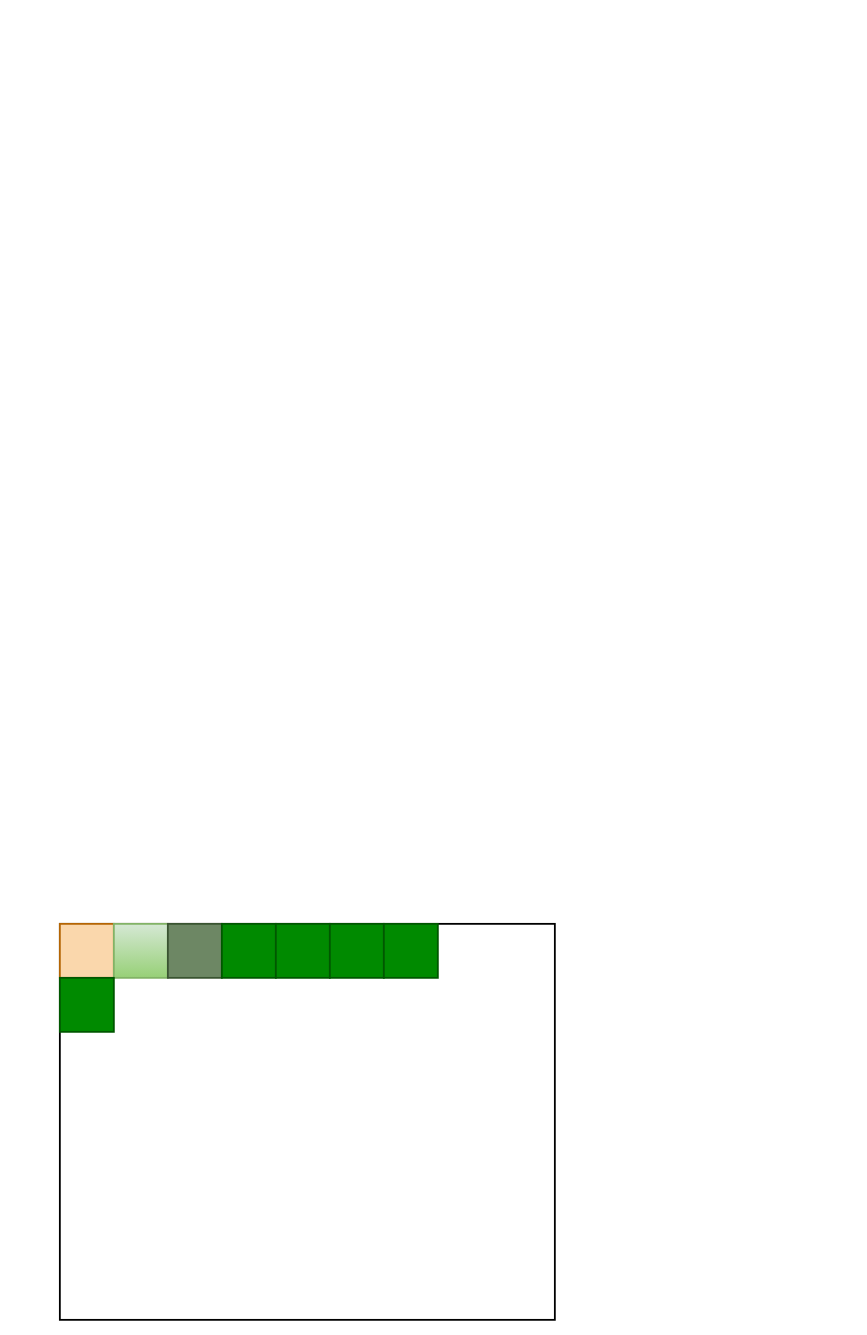
starzy1990/diagrams keeps this draw.io diagram as page "垃圾回收" (6 of 7) of JVM.drawio. Above is the earlier version. Source tidied: cells renumbered, new cells numbered last; positions are measured from the earlier drawing's top-left corner, leaving out a move shared by most shapes. Both pictures are drawn from the tidied source at 90%, with x=0, y=0 at pixel (59, 923).
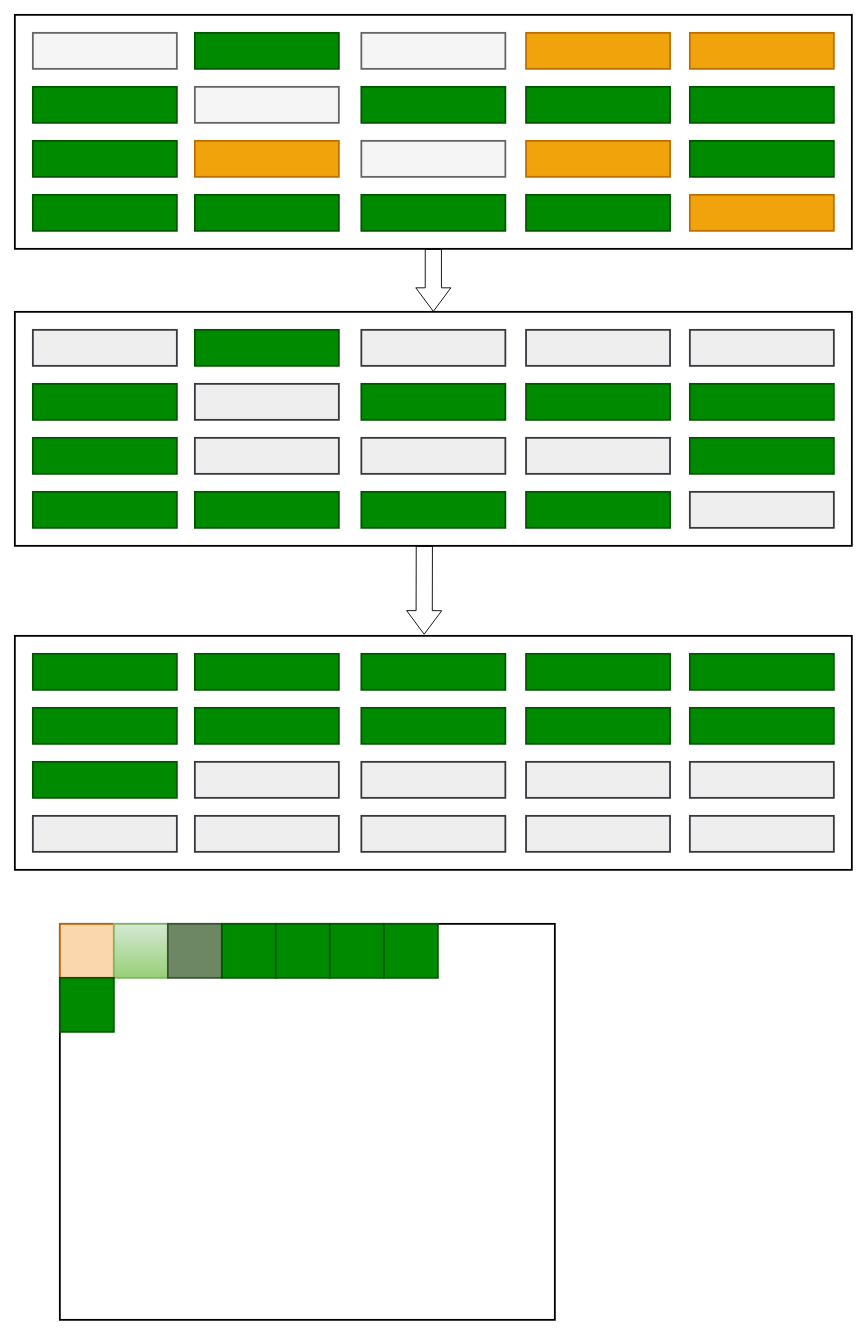
After the change.

Diff of the diagram source:
```diff
@@
+    <mxCell id="11" style="rounded=0;whiteSpace=wrap;html=1;fontSize=16;strokeWidth=2;" parent="1" vertex="1">
+      <mxGeometry x="-50" y="-1010" width="930" height="260" as="geometry" />
+    </mxCell>
@@
+    <mxCell id="12" style="rounded=0;whiteSpace=wrap;html=1;fontSize=16;strokeWidth=2;fillColor=#f5f5f5;fontColor=#333333;strokeColor=#666666;" parent="1" vertex="1">
+      <mxGeometry x="-30" y="-990" width="160" height="40" as="geometry" />
+    </mxCell>
+    <mxCell id="13" style="rounded=0;whiteSpace=wrap;html=1;fontSize=16;strokeWidth=2;fillColor=#008a00;fontColor=#ffffff;strokeColor=#005700;" parent="1" vertex="1">
+      <mxGeometry x="150" y="-990" width="160" height="40" as="geometry" />
+    </mxCell>
+    <mxCell id="14" style="rounded=0;whiteSpace=wrap;html=1;fontSize=16;strokeWidth=2;fillColor=#f5f5f5;fontColor=#333333;strokeColor=#666666;" parent="1" vertex="1">
+      <mxGeometry x="335" y="-990" width="160" height="40" as="geometry" />
+    </mxCell>
+    <mxCell id="15" style="rounded=0;whiteSpace=wrap;html=1;fontSize=16;strokeWidth=2;fillColor=#f0a30a;fontColor=#000000;strokeColor=#BD7000;" parent="1" vertex="1">
+      <mxGeometry x="518" y="-990" width="160" height="40" as="geometry" />
+    </mxCell>
+    <mxCell id="16" style="rounded=0;whiteSpace=wrap;html=1;fontSize=16;strokeWidth=2;fillColor=#f0a30a;fontColor=#000000;strokeColor=#BD7000;" parent="1" vertex="1">
+      <mxGeometry x="700" y="-990" width="160" height="40" as="geometry" />
+    </mxCell>
+    <mxCell id="17" style="rounded=0;whiteSpace=wrap;html=1;fontSize=16;strokeWidth=2;fillColor=#008a00;fontColor=#ffffff;strokeColor=#005700;" parent="1" vertex="1">
+      <mxGeometry x="-30" y="-930" width="160" height="40" as="geometry" />
+    </mxCell>
+    <mxCell id="18" style="rounded=0;whiteSpace=wrap;html=1;fontSize=16;strokeWidth=2;fillColor=#f5f5f5;fontColor=#333333;strokeColor=#666666;" parent="1" vertex="1">
+      <mxGeometry x="150" y="-930" width="160" height="40" as="geometry" />
+    </mxCell>
+    <mxCell id="19" style="rounded=0;whiteSpace=wrap;html=1;fontSize=16;strokeWidth=2;fillColor=#008a00;fontColor=#ffffff;strokeColor=#005700;" parent="1" vertex="1">
+      <mxGeometry x="335" y="-930" width="160" height="40" as="geometry" />
+    </mxCell>
+    <mxCell id="20" style="rounded=0;whiteSpace=wrap;html=1;fontSize=16;strokeWidth=2;fillColor=#008a00;fontColor=#ffffff;strokeColor=#005700;" parent="1" vertex="1">
+      <mxGeometry x="518" y="-930" width="160" height="40" as="geometry" />
+    </mxCell>
+    <mxCell id="21" style="rounded=0;whiteSpace=wrap;html=1;fontSize=16;strokeWidth=2;fillColor=#008a00;fontColor=#ffffff;strokeColor=#005700;" parent="1" vertex="1">
+      <mxGeometry x="700" y="-930" width="160" height="40" as="geometry" />
+    </mxCell>
+    <mxCell id="22" style="rounded=0;whiteSpace=wrap;html=1;fontSize=16;strokeWidth=2;fillColor=#008a00;fontColor=#ffffff;strokeColor=#005700;" parent="1" vertex="1">
+      <mxGeometry x="-30" y="-870" width="160" height="40" as="geometry" />
+    </mxCell>
+    <mxCell id="23" style="rounded=0;whiteSpace=wrap;html=1;fontSize=16;strokeWidth=2;fillColor=#f0a30a;fontColor=#000000;strokeColor=#BD7000;" parent="1" vertex="1">
+      <mxGeometry x="150" y="-870" width="160" height="40" as="geometry" />
+    </mxCell>
+    <mxCell id="24" style="rounded=0;whiteSpace=wrap;html=1;fontSize=16;strokeWidth=2;fillColor=#f5f5f5;fontColor=#333333;strokeColor=#666666;" parent="1" vertex="1">
+      <mxGeometry x="335" y="-870" width="160" height="40" as="geometry" />
+    </mxCell>
+    <mxCell id="25" style="rounded=0;whiteSpace=wrap;html=1;fontSize=16;strokeWidth=2;fillColor=#f0a30a;fontColor=#000000;strokeColor=#BD7000;" parent="1" vertex="1">
+      <mxGeometry x="518" y="-870" width="160" height="40" as="geometry" />
+    </mxCell>
+    <mxCell id="26" style="rounded=0;whiteSpace=wrap;html=1;fontSize=16;strokeWidth=2;fillColor=#008a00;fontColor=#ffffff;strokeColor=#005700;" parent="1" vertex="1">
+      <mxGeometry x="700" y="-870" width="160" height="40" as="geometry" />
+    </mxCell>
+    <mxCell id="27" style="rounded=0;whiteSpace=wrap;html=1;fontSize=16;strokeWidth=2;fillColor=#008a00;fontColor=#ffffff;strokeColor=#005700;" parent="1" vertex="1">
+      <mxGeometry x="-30" y="-810" width="160" height="40" as="geometry" />
+    </mxCell>
+    <mxCell id="28" style="rounded=0;whiteSpace=wrap;html=1;fontSize=16;strokeWidth=2;fillColor=#008a00;fontColor=#ffffff;strokeColor=#005700;" parent="1" vertex="1">
+      <mxGeometry x="150" y="-810" width="160" height="40" as="geometry" />
+    </mxCell>
+    <mxCell id="29" style="rounded=0;whiteSpace=wrap;html=1;fontSize=16;strokeWidth=2;fillColor=#008a00;fontColor=#ffffff;strokeColor=#005700;" parent="1" vertex="1">
+      <mxGeometry x="335" y="-810" width="160" height="40" as="geometry" />
+    </mxCell>
+    <mxCell id="30" style="rounded=0;whiteSpace=wrap;html=1;fontSize=16;strokeWidth=2;fillColor=#008a00;fontColor=#ffffff;strokeColor=#005700;" parent="1" vertex="1">
+      <mxGeometry x="518" y="-810" width="160" height="40" as="geometry" />
+    </mxCell>
+    <mxCell id="31" style="rounded=0;whiteSpace=wrap;html=1;fontSize=16;strokeWidth=2;fillColor=#f0a30a;fontColor=#000000;strokeColor=#BD7000;" parent="1" vertex="1">
+      <mxGeometry x="700" y="-810" width="160" height="40" as="geometry" />
+    </mxCell>
+    <mxCell id="32" style="rounded=0;whiteSpace=wrap;html=1;fontSize=16;strokeWidth=2;" parent="1" vertex="1">
+      <mxGeometry x="-50" y="-680" width="930" height="260" as="geometry" />
+    </mxCell>
+    <mxCell id="33" style="rounded=0;whiteSpace=wrap;html=1;fontSize=16;strokeWidth=2;fillColor=#eeeeee;strokeColor=#36393d;" parent="1" vertex="1">
+      <mxGeometry x="-30" y="-660" width="160" height="40" as="geometry" />
+    </mxCell>
+    <mxCell id="34" style="rounded=0;whiteSpace=wrap;html=1;fontSize=16;strokeWidth=2;fillColor=#008a00;fontColor=#ffffff;strokeColor=#005700;" parent="1" vertex="1">
+      <mxGeometry x="150" y="-660" width="160" height="40" as="geometry" />
+    </mxCell>
+    <mxCell id="35" style="rounded=0;whiteSpace=wrap;html=1;fontSize=16;strokeWidth=2;fillColor=#eeeeee;strokeColor=#36393d;" parent="1" vertex="1">
+      <mxGeometry x="335" y="-660" width="160" height="40" as="geometry" />
+    </mxCell>
+    <mxCell id="36" style="rounded=0;whiteSpace=wrap;html=1;fontSize=16;strokeWidth=2;fillColor=#eeeeee;strokeColor=#36393d;" parent="1" vertex="1">
+      <mxGeometry x="518" y="-660" width="160" height="40" as="geometry" />
+    </mxCell>
+    <mxCell id="37" style="rounded=0;whiteSpace=wrap;html=1;fontSize=16;strokeWidth=2;fillColor=#eeeeee;strokeColor=#36393d;" parent="1" vertex="1">
+      <mxGeometry x="700" y="-660" width="160" height="40" as="geometry" />
+    </mxCell>
+    <mxCell id="38" style="rounded=0;whiteSpace=wrap;html=1;fontSize=16;strokeWidth=2;fillColor=#008a00;fontColor=#ffffff;strokeColor=#005700;" parent="1" vertex="1">
+      <mxGeometry x="-30" y="-600" width="160" height="40" as="geometry" />
+    </mxCell>
+    <mxCell id="39" style="rounded=0;whiteSpace=wrap;html=1;fontSize=16;strokeWidth=2;fillColor=#eeeeee;strokeColor=#36393d;" parent="1" vertex="1">
+      <mxGeometry x="150" y="-600" width="160" height="40" as="geometry" />
+    </mxCell>
+    <mxCell id="40" style="rounded=0;whiteSpace=wrap;html=1;fontSize=16;strokeWidth=2;fillColor=#008a00;fontColor=#ffffff;strokeColor=#005700;" parent="1" vertex="1">
+      <mxGeometry x="335" y="-600" width="160" height="40" as="geometry" />
+    </mxCell>
+    <mxCell id="41" style="rounded=0;whiteSpace=wrap;html=1;fontSize=16;strokeWidth=2;fillColor=#008a00;fontColor=#ffffff;strokeColor=#005700;" parent="1" vertex="1">
+      <mxGeometry x="518" y="-600" width="160" height="40" as="geometry" />
+    </mxCell>
+    <mxCell id="42" style="rounded=0;whiteSpace=wrap;html=1;fontSize=16;strokeWidth=2;fillColor=#008a00;fontColor=#ffffff;strokeColor=#005700;" parent="1" vertex="1">
+      <mxGeometry x="700" y="-600" width="160" height="40" as="geometry" />
+    </mxCell>
+    <mxCell id="43" style="rounded=0;whiteSpace=wrap;html=1;fontSize=16;strokeWidth=2;fillColor=#008a00;fontColor=#ffffff;strokeColor=#005700;" parent="1" vertex="1">
+      <mxGeometry x="-30" y="-540" width="160" height="40" as="geometry" />
+    </mxCell>
+    <mxCell id="44" style="rounded=0;whiteSpace=wrap;html=1;fontSize=16;strokeWidth=2;fillColor=#eeeeee;strokeColor=#36393d;" parent="1" vertex="1">
+      <mxGeometry x="150" y="-540" width="160" height="40" as="geometry" />
+    </mxCell>
+    <mxCell id="45" style="rounded=0;whiteSpace=wrap;html=1;fontSize=16;strokeWidth=2;fillColor=#eeeeee;strokeColor=#36393d;" parent="1" vertex="1">
+      <mxGeometry x="335" y="-540" width="160" height="40" as="geometry" />
+    </mxCell>
+    <mxCell id="46" style="rounded=0;whiteSpace=wrap;html=1;fontSize=16;strokeWidth=2;fillColor=#eeeeee;strokeColor=#36393d;" parent="1" vertex="1">
+      <mxGeometry x="518" y="-540" width="160" height="40" as="geometry" />
+    </mxCell>
+    <mxCell id="47" style="rounded=0;whiteSpace=wrap;html=1;fontSize=16;strokeWidth=2;fillColor=#008a00;fontColor=#ffffff;strokeColor=#005700;" parent="1" vertex="1">
+      <mxGeometry x="700" y="-540" width="160" height="40" as="geometry" />
+    </mxCell>
+    <mxCell id="48" style="rounded=0;whiteSpace=wrap;html=1;fontSize=16;strokeWidth=2;fillColor=#008a00;fontColor=#ffffff;strokeColor=#005700;" parent="1" vertex="1">
+      <mxGeometry x="-30" y="-480" width="160" height="40" as="geometry" />
+    </mxCell>
+    <mxCell id="49" style="rounded=0;whiteSpace=wrap;html=1;fontSize=16;strokeWidth=2;fillColor=#008a00;fontColor=#ffffff;strokeColor=#005700;" parent="1" vertex="1">
+      <mxGeometry x="150" y="-480" width="160" height="40" as="geometry" />
+    </mxCell>
+    <mxCell id="50" style="rounded=0;whiteSpace=wrap;html=1;fontSize=16;strokeWidth=2;fillColor=#008a00;fontColor=#ffffff;strokeColor=#005700;" parent="1" vertex="1">
+      <mxGeometry x="335" y="-480" width="160" height="40" as="geometry" />
+    </mxCell>
+    <mxCell id="51" style="rounded=0;whiteSpace=wrap;html=1;fontSize=16;strokeWidth=2;fillColor=#008a00;fontColor=#ffffff;strokeColor=#005700;" parent="1" vertex="1">
+      <mxGeometry x="518" y="-480" width="160" height="40" as="geometry" />
+    </mxCell>
+    <mxCell id="52" style="rounded=0;whiteSpace=wrap;html=1;fontSize=16;strokeWidth=2;fillColor=#eeeeee;strokeColor=#36393d;" parent="1" vertex="1">
+      <mxGeometry x="700" y="-480" width="160" height="40" as="geometry" />
+    </mxCell>
+    <mxCell id="53" style="shape=flexArrow;endArrow=classic;html=1;rounded=0;fontSize=16;exitX=0.5;exitY=1;exitDx=0;exitDy=0;entryX=0.5;entryY=0;entryDx=0;entryDy=0;width=18;endSize=8.4;" parent="1" edge="1" source="11" target="32">
+      <mxGeometry relative="1" as="geometry" />
+    </mxCell>
+    <mxCell id="54" style="rounded=0;whiteSpace=wrap;html=1;fontSize=16;strokeWidth=2;" parent="1" vertex="1">
+      <mxGeometry x="-50" y="-320" width="930" height="260" as="geometry" />
+    </mxCell>
+    <mxCell id="55" style="rounded=0;whiteSpace=wrap;html=1;fontSize=16;strokeWidth=2;fillColor=#eeeeee;strokeColor=#36393d;" parent="1" vertex="1">
+      <mxGeometry x="-30" y="-120" width="160" height="40" as="geometry" />
+    </mxCell>
+    <mxCell id="56" style="rounded=0;whiteSpace=wrap;html=1;fontSize=16;strokeWidth=2;fillColor=#008a00;fontColor=#ffffff;strokeColor=#005700;" parent="1" vertex="1">
+      <mxGeometry x="150" y="-300" width="160" height="40" as="geometry" />
+    </mxCell>
+    <mxCell id="57" style="rounded=0;whiteSpace=wrap;html=1;fontSize=16;strokeWidth=2;fillColor=#eeeeee;strokeColor=#36393d;" parent="1" vertex="1">
+      <mxGeometry x="150" y="-120" width="160" height="40" as="geometry" />
+    </mxCell>
+    <mxCell id="58" style="rounded=0;whiteSpace=wrap;html=1;fontSize=16;strokeWidth=2;fillColor=#eeeeee;strokeColor=#36393d;" parent="1" vertex="1">
+      <mxGeometry x="518" y="-120" width="160" height="40" as="geometry" />
+    </mxCell>
+    <mxCell id="59" style="rounded=0;whiteSpace=wrap;html=1;fontSize=16;strokeWidth=2;fillColor=#eeeeee;strokeColor=#36393d;" parent="1" vertex="1">
+      <mxGeometry x="335" y="-120" width="160" height="40" as="geometry" />
+    </mxCell>
+    <mxCell id="60" style="rounded=0;whiteSpace=wrap;html=1;fontSize=16;strokeWidth=2;fillColor=#008a00;fontColor=#ffffff;strokeColor=#005700;" parent="1" vertex="1">
+      <mxGeometry x="-30" y="-300" width="160" height="40" as="geometry" />
+    </mxCell>
+    <mxCell id="61" style="rounded=0;whiteSpace=wrap;html=1;fontSize=16;strokeWidth=2;fillColor=#eeeeee;strokeColor=#36393d;" parent="1" vertex="1">
+      <mxGeometry x="700" y="-180" width="160" height="40" as="geometry" />
+    </mxCell>
+    <mxCell id="62" style="rounded=0;whiteSpace=wrap;html=1;fontSize=16;strokeWidth=2;fillColor=#008a00;fontColor=#ffffff;strokeColor=#005700;" parent="1" vertex="1">
+      <mxGeometry x="335" y="-240" width="160" height="40" as="geometry" />
+    </mxCell>
+    <mxCell id="63" style="rounded=0;whiteSpace=wrap;html=1;fontSize=16;strokeWidth=2;fillColor=#008a00;fontColor=#ffffff;strokeColor=#005700;" parent="1" vertex="1">
+      <mxGeometry x="518" y="-240" width="160" height="40" as="geometry" />
+    </mxCell>
+    <mxCell id="64" style="rounded=0;whiteSpace=wrap;html=1;fontSize=16;strokeWidth=2;fillColor=#008a00;fontColor=#ffffff;strokeColor=#005700;" parent="1" vertex="1">
+      <mxGeometry x="700" y="-240" width="160" height="40" as="geometry" />
+    </mxCell>
+    <mxCell id="65" style="rounded=0;whiteSpace=wrap;html=1;fontSize=16;strokeWidth=2;fillColor=#008a00;fontColor=#ffffff;strokeColor=#005700;" parent="1" vertex="1">
+      <mxGeometry x="-30" y="-240" width="160" height="40" as="geometry" />
+    </mxCell>
+    <mxCell id="66" style="rounded=0;whiteSpace=wrap;html=1;fontSize=16;strokeWidth=2;fillColor=#eeeeee;strokeColor=#36393d;" parent="1" vertex="1">
+      <mxGeometry x="150" y="-180" width="160" height="40" as="geometry" />
+    </mxCell>
+    <mxCell id="67" style="rounded=0;whiteSpace=wrap;html=1;fontSize=16;strokeWidth=2;fillColor=#eeeeee;strokeColor=#36393d;" parent="1" vertex="1">
+      <mxGeometry x="335" y="-180" width="160" height="40" as="geometry" />
+    </mxCell>
+    <mxCell id="68" style="rounded=0;whiteSpace=wrap;html=1;fontSize=16;strokeWidth=2;fillColor=#eeeeee;strokeColor=#36393d;" parent="1" vertex="1">
+      <mxGeometry x="518" y="-180" width="160" height="40" as="geometry" />
+    </mxCell>
+    <mxCell id="69" style="rounded=0;whiteSpace=wrap;html=1;fontSize=16;strokeWidth=2;fillColor=#008a00;fontColor=#ffffff;strokeColor=#005700;" parent="1" vertex="1">
+      <mxGeometry x="-30" y="-180" width="160" height="40" as="geometry" />
+    </mxCell>
+    <mxCell id="70" style="rounded=0;whiteSpace=wrap;html=1;fontSize=16;strokeWidth=2;fillColor=#008a00;fontColor=#ffffff;strokeColor=#005700;" parent="1" vertex="1">
+      <mxGeometry x="150" y="-240" width="160" height="40" as="geometry" />
+    </mxCell>
+    <mxCell id="71" style="rounded=0;whiteSpace=wrap;html=1;fontSize=16;strokeWidth=2;fillColor=#008a00;fontColor=#ffffff;strokeColor=#005700;" parent="1" vertex="1">
+      <mxGeometry x="335" y="-300" width="160" height="40" as="geometry" />
+    </mxCell>
+    <mxCell id="72" style="rounded=0;whiteSpace=wrap;html=1;fontSize=16;strokeWidth=2;fillColor=#008a00;fontColor=#ffffff;strokeColor=#005700;" parent="1" vertex="1">
+      <mxGeometry x="518" y="-300" width="160" height="40" as="geometry" />
+    </mxCell>
+    <mxCell id="73" style="rounded=0;whiteSpace=wrap;html=1;fontSize=16;strokeWidth=2;fillColor=#008a00;fontColor=#ffffff;strokeColor=#005700;" parent="1" vertex="1">
+      <mxGeometry x="700" y="-300" width="160" height="40" as="geometry" />
+    </mxCell>
+    <mxCell id="74" style="rounded=0;whiteSpace=wrap;html=1;fontSize=16;strokeWidth=2;fillColor=#eeeeee;strokeColor=#36393d;" parent="1" vertex="1">
+      <mxGeometry x="700" y="-120" width="160" height="40" as="geometry" />
+    </mxCell>
+    <mxCell id="75" style="shape=flexArrow;endArrow=classic;html=1;rounded=0;fontSize=16;entryX=0.489;entryY=-0.005;entryDx=0;entryDy=0;width=18;endSize=8.4;entryPerimeter=0;" parent="1" edge="1" target="54">
+      <mxGeometry relative="1" as="geometry">
+        <mxPoint x="405" y="-420" as="sourcePoint" />
+      </mxGeometry>
+    </mxCell>
```
